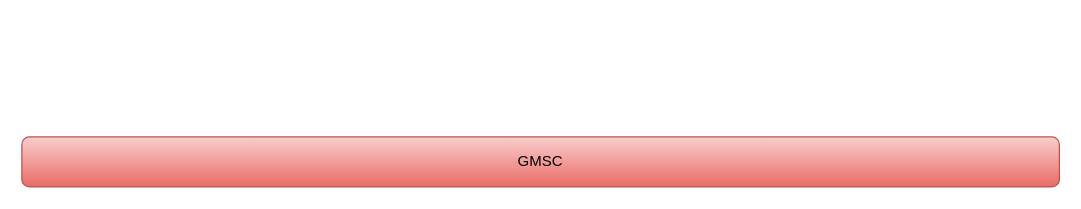
The draw.io diagram Untitled Diagram.drawio in sathwikraj19/udemy, before the edit. Source tidied: cells renumbered, new cells numbered last; positions are measured from the earlier drawing's top-left corner, leaving out a move shared by most shapes. Both pictures are drawn from the tidied source at 125%, with x=0, y=0 at pixel (21, 136).
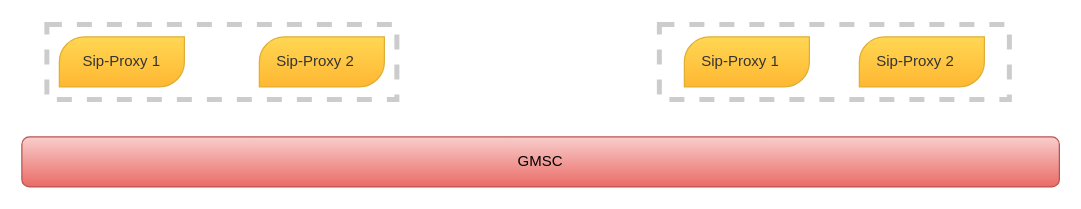
The same page after the edit.

What changed in the source:
```diff
@@
 <mxGraphModel>
   <root>
     <mxCell id="0" />
     <mxCell id="1" parent="0" />
     <mxCell id="2" value="GMSC" style="rounded=1;whiteSpace=wrap;html=1;fillColor=#f8cecc;strokeColor=#b85450;gradientColor=#ea6b66;" parent="1" vertex="1">
       <mxGeometry width="830" height="40" as="geometry" />
     </mxCell>
+    <mxCell id="3" style="verticalLabelPosition=bottom;verticalAlign=top;html=1;shape=mxgraph.basic.diag_round_rect;dx=10;whiteSpace=wrap;fillColor=#ffcd28;gradientColor=#ffa500;strokeColor=#d79b00;" parent="1" vertex="1">
+      <mxGeometry x="190" y="-80" width="100" height="40" as="geometry" />
+    </mxCell>
+    <mxCell id="4" style="verticalLabelPosition=bottom;verticalAlign=top;html=1;shape=mxgraph.basic.diag_round_rect;dx=10;whiteSpace=wrap;fillColor=#ffcd28;gradientColor=#ffa500;strokeColor=#d79b00;" parent="1" vertex="1">
+      <mxGeometry x="530" y="-80" width="100" height="40" as="geometry" />
+    </mxCell>
+    <mxCell id="5" style="verticalLabelPosition=bottom;verticalAlign=top;html=1;shape=mxgraph.basic.diag_round_rect;dx=10;whiteSpace=wrap;fillColor=#ffcd28;gradientColor=#ffa500;strokeColor=#d79b00;" parent="1" vertex="1">
+      <mxGeometry x="670" y="-80" width="100" height="40" as="geometry" />
+    </mxCell>
+    <mxCell id="6" style="verticalLabelPosition=bottom;verticalAlign=top;html=1;shape=mxgraph.basic.diag_round_rect;dx=10;whiteSpace=wrap;fillColor=#ffcd28;gradientColor=#ffa500;strokeColor=#d79b00;" parent="1" vertex="1">
+      <mxGeometry x="30" y="-80" width="100" height="40" as="geometry" />
+    </mxCell>
+    <mxCell id="7" value="Sip-Proxy 1" style="text;html=1;align=center;verticalAlign=middle;whiteSpace=wrap;rounded=0;" parent="1" vertex="1">
+      <mxGeometry x="45" y="-75" width="70" height="30" as="geometry" />
+    </mxCell>
+    <mxCell id="8" value="Sip-Proxy 2" style="text;html=1;align=center;verticalAlign=middle;whiteSpace=wrap;rounded=0;" parent="1" vertex="1">
+      <mxGeometry x="200" y="-75" width="70" height="30" as="geometry" />
+    </mxCell>
+    <mxCell id="9" value="Sip-Proxy 1" style="text;html=1;align=center;verticalAlign=middle;whiteSpace=wrap;rounded=0;" parent="1" vertex="1">
+      <mxGeometry x="540" y="-75" width="70" height="30" as="geometry" />
+    </mxCell>
+    <mxCell id="10" style="rounded=0;whiteSpace=wrap;html=1;dashed=1;opacity=20;strokeWidth=4;" parent="1" vertex="1">
+      <mxGeometry x="20" y="-90" width="280" height="60" as="geometry" />
+    </mxCell>
+    <mxCell id="11" value="Sip-Proxy 2" style="text;html=1;align=center;verticalAlign=middle;whiteSpace=wrap;rounded=0;" parent="1" vertex="1">
+      <mxGeometry x="680" y="-75" width="70" height="30" as="geometry" />
+    </mxCell>
+    <mxCell id="12" style="rounded=0;whiteSpace=wrap;html=1;dashed=1;opacity=20;strokeWidth=4;" parent="1" vertex="1">
+      <mxGeometry x="510" y="-90" width="280" height="60" as="geometry" />
+    </mxCell>
   </root>
 </mxGraphModel>
```
